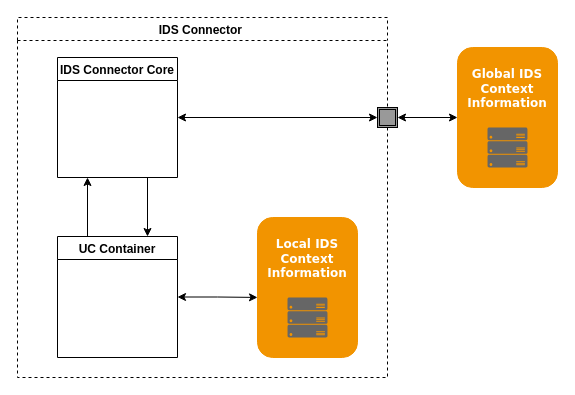
This is page "PIP" (1 of 2) of documentation/4_Perspectives_of_the_Reference_Architecture_Model/4_1_Security_Perspective/media/Context-information-and-execution-point.drawio from International-Data-Spaces-Association/IDS-RAM_4_0, a draw.io file, before an edit. Source tidied: cells renumbered, new cells numbered last; positions are measured from the earlier drawing's top-left corner, leaving out a move shared by most shapes. Both pictures are drawn from the tidied source at 100%, with x=0, y=0 at pixel (17, 17).
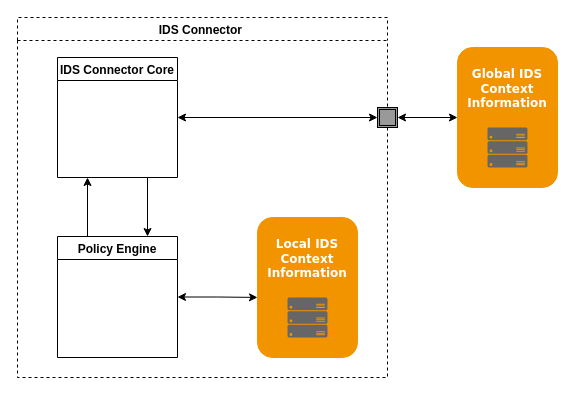
The same page after the edit.

Diff of the diagram source:
```diff
@@
 <mxGraphModel>
   <root>
     <mxCell id="0" />
     <mxCell id="1" parent="0" />
     <mxCell id="2" value="IDS Connector " style="swimlane;dashed=1;" parent="1" vertex="1">
       <mxGeometry width="370" height="360" as="geometry" />
     </mxCell>
     <mxCell id="3" style="edgeStyle=orthogonalEdgeStyle;rounded=0;jettySize=auto;html=1;exitX=0.25;exitY=0;exitDx=0;exitDy=0;entryX=0.25;entryY=1;entryDx=0;entryDy=0;" parent="2" edge="1" source="5" target="6">
       <mxGeometry relative="1" as="geometry" />
     </mxCell>
     <mxCell id="4" style="edgeStyle=orthogonalEdgeStyle;rounded=0;jettySize=auto;html=1;exitX=1;exitY=0.5;exitDx=0;exitDy=0;startArrow=classic;startFill=1;entryX=0;entryY=0.571;entryDx=0;entryDy=0;entryPerimeter=0;" parent="2" edge="1" source="5" target="7">
       <mxGeometry relative="1" as="geometry" />
     </mxCell>
-    <mxCell id="5" value="UC Container" style="swimlane;fontSize=12;startSize=23;" parent="2" vertex="1">
+    <mxCell id="5" value="Policy Engine" style="swimlane;fontSize=12;startSize=23;" parent="2" vertex="1">
       <mxGeometry x="40" y="219" width="120" height="121" as="geometry" />
     </mxCell>
     <mxCell id="6" value="IDS Connector Core" style="swimlane;startSize=23;" parent="2" vertex="1">
       <mxGeometry x="40" y="40" width="120" height="120" as="geometry" />
     </mxCell>
     <mxCell id="7" value="&lt;div&gt;&lt;b style=&quot;color: rgb(255 , 255 , 255) ; font-family: &amp;#34;verdana&amp;#34;&quot;&gt;Local IDS Context Information&lt;/b&gt;&lt;/div&gt;&lt;div&gt;&lt;b style=&quot;color: rgb(255 , 255 , 255) ; font-family: &amp;#34;verdana&amp;#34;&quot;&gt;&lt;br&gt;&lt;/b&gt;&lt;/div&gt;&lt;div&gt;&lt;b style=&quot;color: rgb(255 , 255 , 255) ; font-family: &amp;#34;verdana&amp;#34;&quot;&gt;&lt;br&gt;&lt;/b&gt;&lt;/div&gt;&lt;div&gt;&lt;b style=&quot;color: rgb(255 , 255 , 255) ; font-family: &amp;#34;verdana&amp;#34;&quot;&gt;&lt;br&gt;&lt;/b&gt;&lt;/div&gt;&lt;div&gt;&lt;b style=&quot;color: rgb(255 , 255 , 255) ; font-family: &amp;#34;verdana&amp;#34;&quot;&gt;&lt;br&gt;&lt;/b&gt;&lt;/div&gt;" style="rounded=1;whiteSpace=wrap;html=1;fillColor=#F29400;strokeColor=#F29400;align=center;" parent="2" vertex="1">
       <mxGeometry x="240" y="200" width="100" height="140" as="geometry" />
     </mxCell>
     <mxCell id="8" style="sketch=0;shadow=0;dashed=0;html=1;strokeColor=none;labelPosition=center;verticalLabelPosition=bottom;verticalAlign=top;align=center;fillColor=#666666;shape=mxgraph.azure.server_rack;" parent="2" vertex="1">
       <mxGeometry x="270" y="280" width="40" height="40" as="geometry" />
     </mxCell>
     <mxCell id="9" style="endArrow=classic;html=1;rounded=0;exitX=0.75;exitY=1;exitDx=0;exitDy=0;entryX=0.75;entryY=0;entryDx=0;entryDy=0;" parent="2" edge="1" source="6" target="5">
       <mxGeometry relative="1" as="geometry" />
     </mxCell>
     <mxCell id="10" value="&lt;div&gt;&lt;b style=&quot;color: rgb(255 , 255 , 255) ; font-family: &amp;#34;verdana&amp;#34;&quot;&gt;Global IDS Context Information&lt;/b&gt;&lt;/div&gt;&lt;div&gt;&lt;b style=&quot;color: rgb(255 , 255 , 255) ; font-family: &amp;#34;verdana&amp;#34;&quot;&gt;&lt;br&gt;&lt;/b&gt;&lt;/div&gt;&lt;div&gt;&lt;b style=&quot;color: rgb(255 , 255 , 255) ; font-family: &amp;#34;verdana&amp;#34;&quot;&gt;&lt;br&gt;&lt;/b&gt;&lt;/div&gt;&lt;div&gt;&lt;b style=&quot;color: rgb(255 , 255 , 255) ; font-family: &amp;#34;verdana&amp;#34;&quot;&gt;&lt;br&gt;&lt;/b&gt;&lt;/div&gt;&lt;div&gt;&lt;b style=&quot;color: rgb(255 , 255 , 255) ; font-family: &amp;#34;verdana&amp;#34;&quot;&gt;&lt;br&gt;&lt;/b&gt;&lt;/div&gt;" style="rounded=1;whiteSpace=wrap;html=1;fillColor=#F29400;strokeColor=#F29400;align=center;" parent="1" vertex="1">
       <mxGeometry x="440" y="30" width="100" height="140" as="geometry" />
     </mxCell>
     <mxCell id="11" style="sketch=0;shadow=0;dashed=0;html=1;strokeColor=none;labelPosition=center;verticalLabelPosition=bottom;verticalAlign=top;align=center;fillColor=#666666;shape=mxgraph.azure.server_rack;" parent="1" vertex="1">
       <mxGeometry x="470" y="110" width="40" height="40" as="geometry" />
     </mxCell>
     <mxCell id="12" style="edgeStyle=orthogonalEdgeStyle;rounded=0;orthogonalLoop=1;jettySize=auto;html=1;exitX=1;exitY=0.5;exitDx=0;exitDy=0;startArrow=none;startFill=1;entryX=0;entryY=0.5;entryDx=0;entryDy=0;" parent="1" edge="1" source="13" target="13">
       <mxGeometry relative="1" as="geometry" />
     </mxCell>
     <mxCell id="13" style="shape=ext;double=1;whiteSpace=wrap;html=1;fillColor=#999999;" parent="1" vertex="1">
       <mxGeometry x="360" y="90" width="20" height="20" as="geometry" />
     </mxCell>
     <mxCell id="14" style="edgeStyle=orthogonalEdgeStyle;rounded=0;jettySize=auto;html=1;exitX=1;exitY=0.5;exitDx=0;exitDy=0;startArrow=classic;startFill=1;endArrow=classic;entryX=0;entryY=0.5;entryDx=0;entryDy=0;endFill=1;" parent="1" edge="1" source="6" target="13">
       <mxGeometry relative="1" as="geometry" />
     </mxCell>
     <mxCell id="15" style="edgeStyle=orthogonalEdgeStyle;rounded=0;jettySize=auto;html=1;exitX=1;exitY=0.5;exitDx=0;exitDy=0;startArrow=classic;startFill=1;endArrow=classic;entryX=0;entryY=0.5;entryDx=0;entryDy=0;endFill=1;" parent="1" edge="1" source="13" target="10">
       <mxGeometry relative="1" as="geometry" />
     </mxCell>
   </root>
 </mxGraphModel>
```
